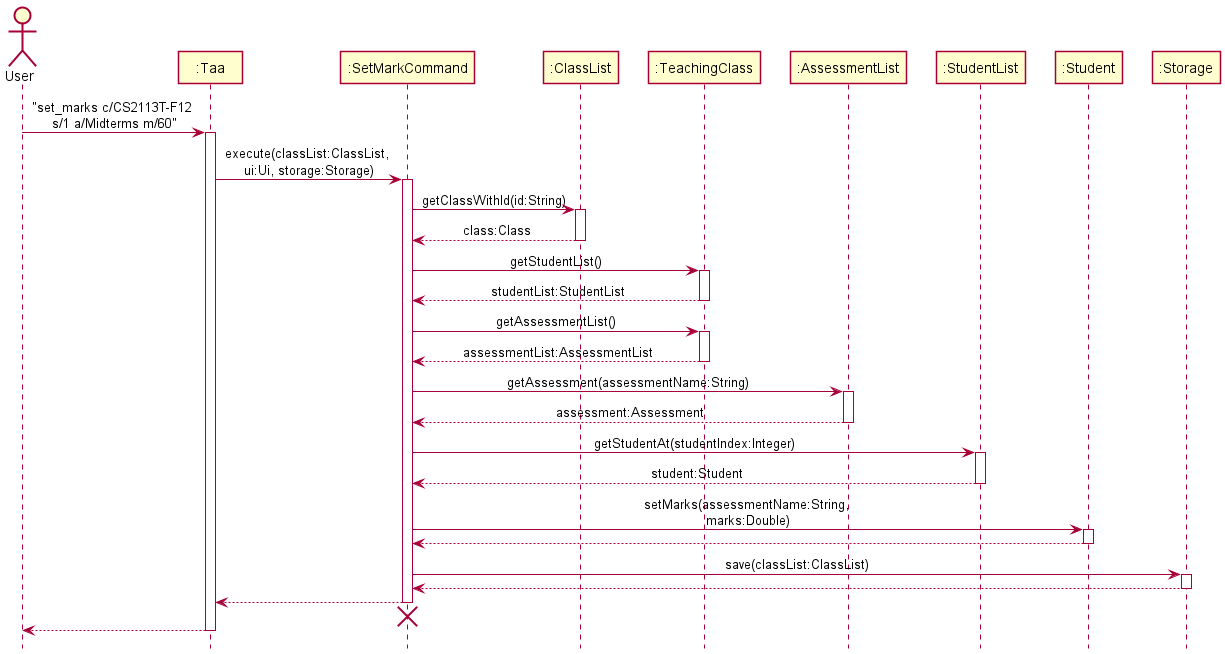
Earlier version of the PlantUML export docs/diagrams/sequence/SetMarkSequenceDiagram.png (nus-cs2113-AY2122S1/tp).
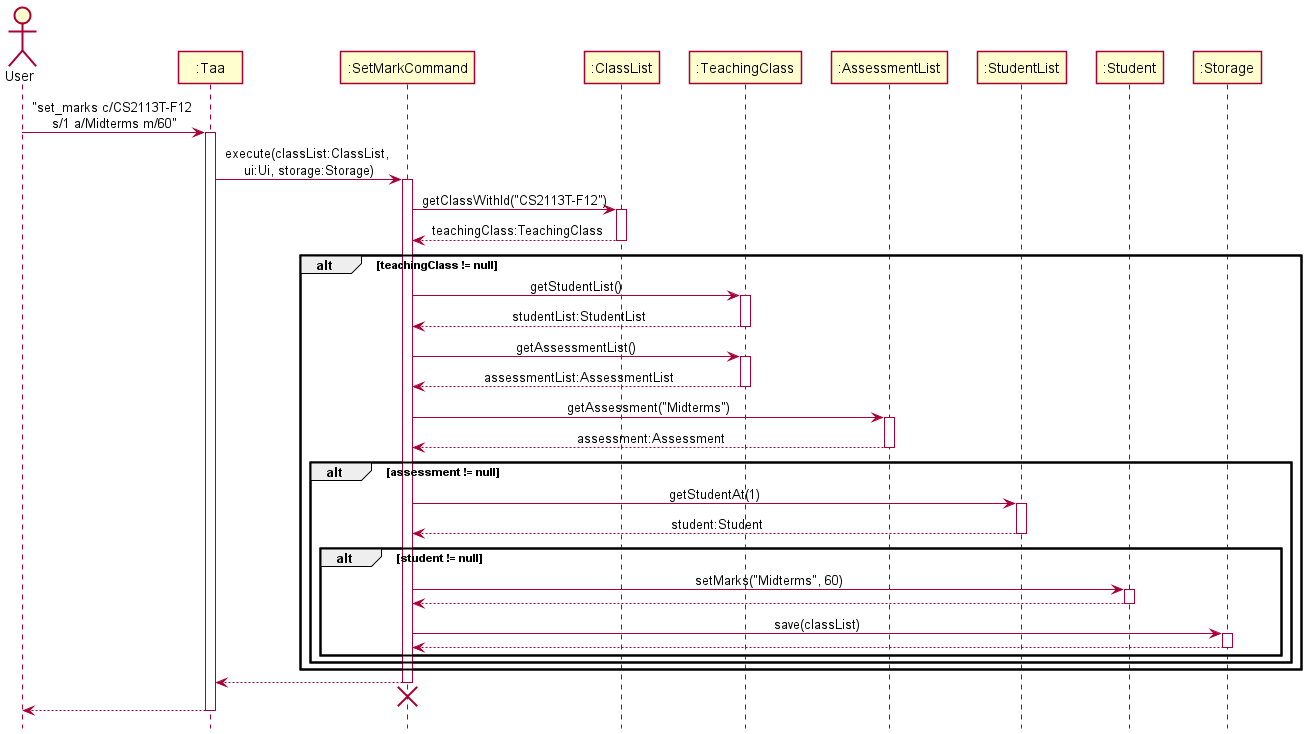
The same file after the commit.

Change to the diagram source:
```diff
@@ -5,7 +5,7 @@
 Participant ":Taa" as taa
 Participant ":SetMarkCommand" as setMarkCommand
 Participant ":ClassList" as classList
-Participant ":TeachingClass" as class
+Participant ":TeachingClass" as teachingClass
 Participant ":AssessmentList" as assessmentList
 Participant ":StudentList" as studentList
 Participant ":Student" as student
@@ -17,40 +17,46 @@
 taa -> setMarkCommand : execute(classList:ClassList, \nui:Ui, storage:Storage)
 activate setMarkCommand
 
-setMarkCommand -> classList : getClassWithId(id:String)
+setMarkCommand -> classList : getClassWithId("CS2113T-F12")
 activate classList
-classList --> setMarkCommand : class:Class
+classList --> setMarkCommand : teachingClass:TeachingClass
 deactivate classList
 
-setMarkCommand -> class : getStudentList()
-activate class
-class --> setMarkCommand : studentList:StudentList
-deactivate class
+alt teachingClass != null
+setMarkCommand -> teachingClass : getStudentList()
+activate teachingClass
+teachingClass --> setMarkCommand : studentList:StudentList
+deactivate teachingClass
 
-setMarkCommand -> class : getAssessmentList()
-activate class
-class --> setMarkCommand : assessmentList:AssessmentList
-deactivate class
+setMarkCommand -> teachingClass : getAssessmentList()
+activate teachingClass
+teachingClass --> setMarkCommand : assessmentList:AssessmentList
+deactivate teachingClass
 
-setMarkCommand -> assessmentList : getAssessment(assessmentName:String)
+setMarkCommand -> assessmentList : getAssessment("Midterms")
 activate assessmentList
 assessmentList --> setMarkCommand : assessment:Assessment
 deactivate assessmentList
 
-setMarkCommand -> studentList : getStudentAt(studentIndex:Integer)
+alt assessment != null
+setMarkCommand -> studentList : getStudentAt(1)
 activate studentList
 studentList --> setMarkCommand : student:Student
 deactivate studentList
 
-setMarkCommand -> student : setMarks(assessmentName:String, \nmarks:Double)
+alt student != null
+setMarkCommand -> student : setMarks("Midterms", 60)
 activate student
 student --> setMarkCommand
 deactivate student
 
-setMarkCommand -> storage : save(classList:ClassList)
+setMarkCommand -> storage : save(classList)
 activate storage
 storage --> setMarkCommand
 deactivate storage
+end
+end
+end
 
 setMarkCommand --> taa
 deactivate setMarkCommand
```
